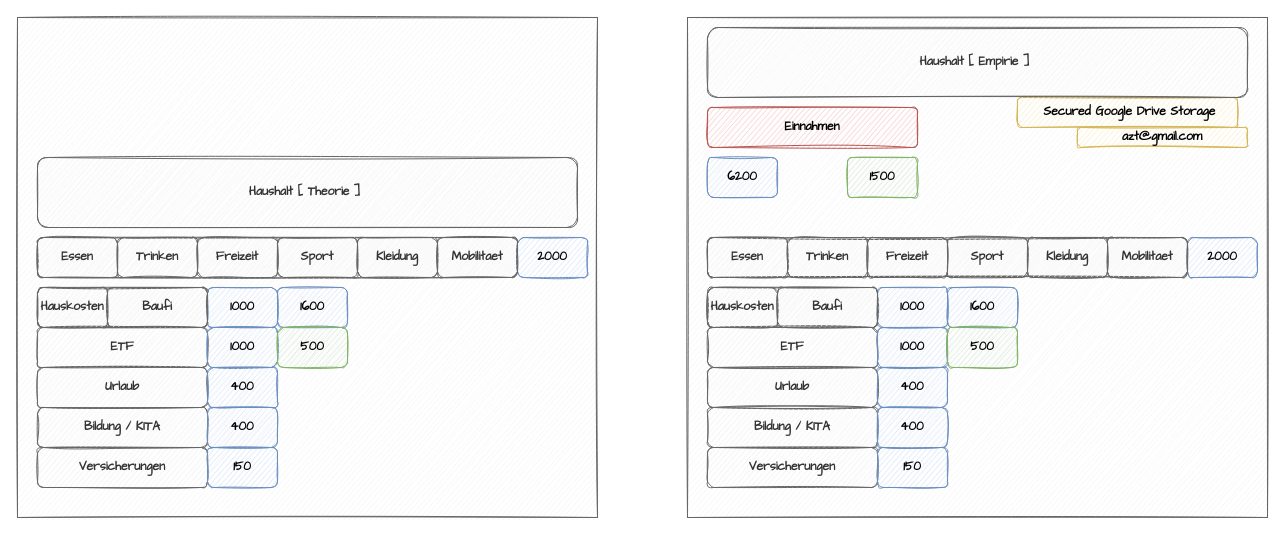
Before: page "haus-management" (5 of 5) of docs/plannung.drawio in ekoepplin/agentic-toolbox, a draw.io diagram. Source tidied: cells renumbered, new cells numbered last; positions are measured from the earlier drawing's top-left corner, leaving out a move shared by most shapes. Both pictures are drawn from the tidied source at 100%, with x=0, y=0 at pixel (17, 17).
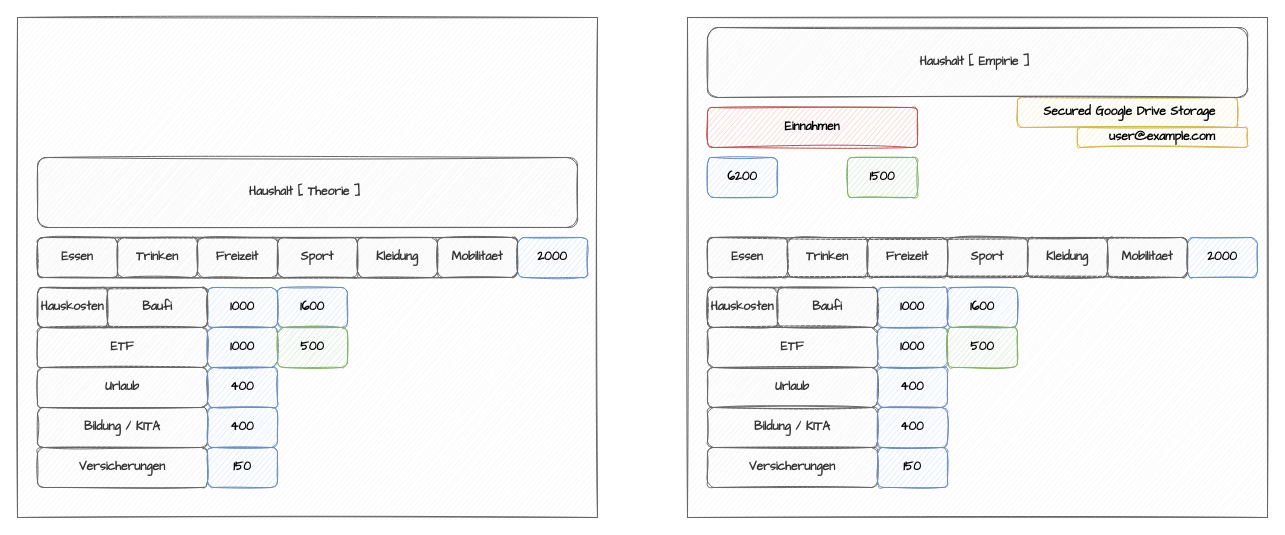
Above is the later version.

What changed in the source:
```diff
@@
-    <mxCell id="30" value="azt@gmail.com" style="rounded=1;whiteSpace=wrap;html=1;fontStyle=1;fontFamily=Architects Daughter;sketch=1;fillStyle=hachure;fillColor=#fff2cc;strokeColor=#d6b656;" parent="1" vertex="1">
+    <mxCell id="30" value="user@example.com" style="rounded=1;whiteSpace=wrap;html=1;fontStyle=1;fontFamily=Architects Daughter;sketch=1;fillStyle=hachure;fillColor=#fff2cc;strokeColor=#d6b656;" parent="1" vertex="1">
       <mxGeometry x="1060" y="110" width="170" height="20" as="geometry" />
     </mxCell>
```
